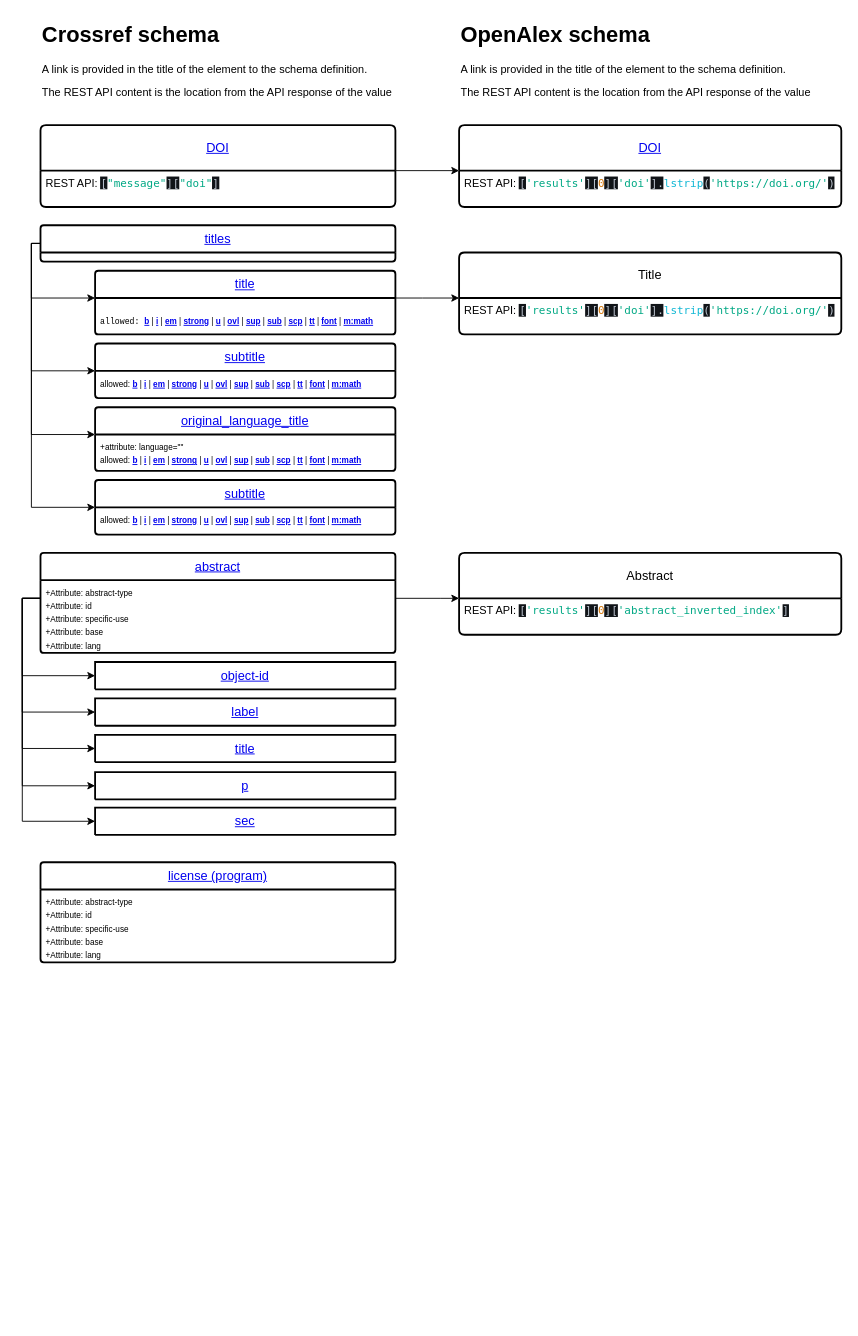
This is diagrams/Part_2_crosswalk.drawio from poppy-nicolette/Dissertation, a draw.io file, before an edit. Source tidied: cells renumbered, new cells numbered last; positions are measured from the earlier drawing's top-left corner, leaving out a move shared by most shapes. Both pictures are drawn from the tidied source at 91%, with x=0, y=0 at pixel (22, 15).
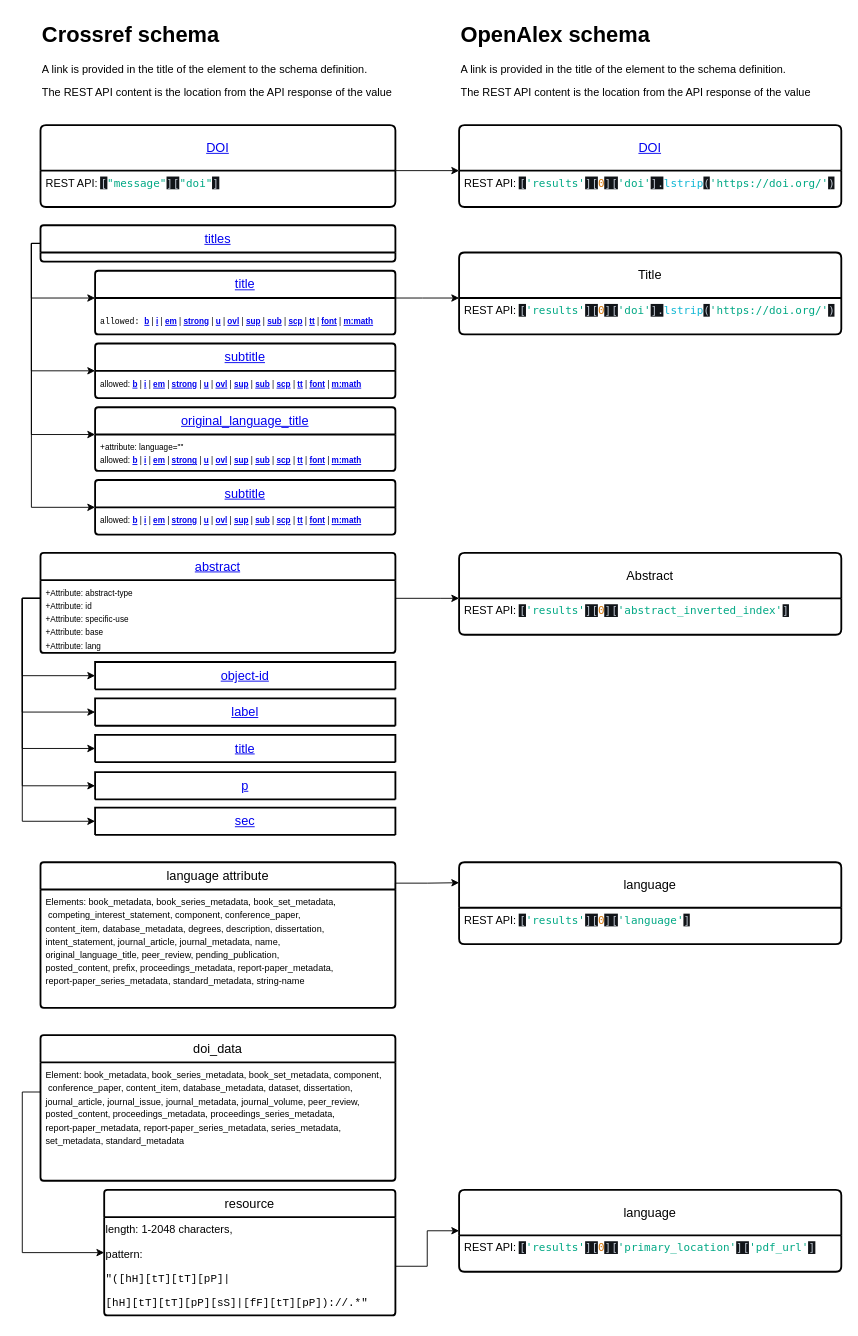
Above is the later version.

What changed in the source:
```diff
@@
-    <mxCell id="45" value="&lt;a href=&quot;https://data.crossref.org/reports/help/schema_doc/5.4.0/AccessIndicators_xsd.html#http___www.crossref.org_AccessIndicators.xsd_program&quot;&gt;license (program)&lt;/a&gt;" style="swimlane;horizontal=1;startSize=30;rounded=1;fontSize=14;fontStyle=0;strokeWidth=2;shadow=0;dashed=0;align=center;arcSize=4;whiteSpace=wrap;html=1;" parent="1" vertex="1">
-      <mxGeometry x="20" y="930" width="390" height="110" as="geometry" />
+    <mxCell id="45" value="language attribute" style="swimlane;horizontal=1;startSize=30;rounded=1;fontSize=14;fontStyle=0;strokeWidth=2;shadow=0;dashed=0;align=center;arcSize=4;whiteSpace=wrap;html=1;" parent="1" vertex="1">
+      <mxGeometry x="20" y="930" width="390" height="160" as="geometry" />
     </mxCell>
-    <mxCell id="46" value="&lt;font style=&quot;font-size: 9px;&quot;&gt;+Attribute: abstract-type&lt;br&gt;+Attribute: id&lt;br&gt;+Attribute: specific-use&lt;/font&gt;&lt;div&gt;&lt;font style=&quot;font-size: 9px;&quot;&gt;+Attribute: base&lt;/font&gt;&lt;/div&gt;&lt;div&gt;&lt;font style=&quot;font-size: 9px;&quot;&gt;+Attribute: lang&lt;/font&gt;&lt;/div&gt;" style="align=left;strokeColor=none;fillColor=none;spacingLeft=4;fontSize=12;verticalAlign=top;html=1;" parent="45" vertex="1">
-      <mxGeometry y="30" width="390" height="80" as="geometry" />
+    <mxCell id="46" value="&lt;div&gt;&lt;font size=&quot;1&quot;&gt;Elements:&amp;nbsp;&lt;/font&gt;&lt;span style=&quot;background-color: initial;&quot;&gt;&lt;font size=&quot;1&quot;&gt;book_metadata, book_series_metadata, book_set_metadata,&lt;/font&gt;&lt;/span&gt;&lt;/div&gt;&lt;div&gt;&lt;span style=&quot;background-color: initial;&quot;&gt;&lt;font size=&quot;1&quot;&gt;&amp;nbsp;competing_interest_statement, component, conference_paper,&amp;nbsp;&lt;/font&gt;&lt;/span&gt;&lt;/div&gt;&lt;div&gt;&lt;span style=&quot;background-color: initial;&quot;&gt;&lt;font size=&quot;1&quot;&gt;content_item, database_metadata, degrees, description, dissertation,&amp;nbsp;&lt;/font&gt;&lt;/span&gt;&lt;/div&gt;&lt;div&gt;&lt;span style=&quot;background-color: initial;&quot;&gt;&lt;font size=&quot;1&quot;&gt;intent_statement, journal_article, journal_metadata, name,&amp;nbsp;&lt;/font&gt;&lt;/span&gt;&lt;/div&gt;&lt;div&gt;&lt;span style=&quot;background-color: initial;&quot;&gt;&lt;font size=&quot;1&quot;&gt;original_language_title, peer_review, pending_publication,&amp;nbsp;&lt;/font&gt;&lt;/span&gt;&lt;/div&gt;&lt;div&gt;&lt;span style=&quot;background-color: initial;&quot;&gt;&lt;font size=&quot;1&quot;&gt;posted_content, prefix, proceedings_metadata, report-paper_metadata,&amp;nbsp;&lt;/font&gt;&lt;/span&gt;&lt;/div&gt;&lt;div&gt;&lt;span style=&quot;background-color: initial;&quot;&gt;&lt;font size=&quot;1&quot;&gt;report-paper_series_metadata, standard_metadata, string-name&lt;/font&gt;&lt;/span&gt;&lt;/div&gt;" style="align=left;strokeColor=none;fillColor=none;spacingLeft=4;fontSize=12;verticalAlign=top;html=1;" parent="45" vertex="1">
+      <mxGeometry y="30" width="390" height="130" as="geometry" />
     </mxCell>
+    <mxCell id="47" value="language" style="swimlane;horizontal=1;startSize=50;rounded=1;fontSize=14;fontStyle=0;strokeWidth=2;shadow=0;dashed=0;align=center;arcSize=4;whiteSpace=wrap;html=1;" parent="1" vertex="1">
+      <mxGeometry x="480" y="930" width="420" height="90" as="geometry" />
+    </mxCell>
+    <mxCell id="48" value="&lt;div&gt;REST API:&amp;nbsp;&lt;span style=&quot;background-color: rgb(17, 20, 24); color: rgb(190, 198, 208); font-family: Menlo, Monaco, &amp;quot;Courier New&amp;quot;, monospace; white-space-collapse: preserve;&quot;&gt;[&lt;/span&gt;&lt;span style=&quot;font-family: Menlo, Monaco, &amp;quot;Courier New&amp;quot;, monospace; white-space-collapse: preserve; color: rgb(0, 168, 132);&quot;&gt;'results'&lt;/span&gt;&lt;span style=&quot;background-color: rgb(17, 20, 24); color: rgb(190, 198, 208); font-family: Menlo, Monaco, &amp;quot;Courier New&amp;quot;, monospace; white-space-collapse: preserve;&quot;&gt;][&lt;/span&gt;&lt;span style=&quot;font-family: Menlo, Monaco, &amp;quot;Courier New&amp;quot;, monospace; white-space-collapse: preserve; color: rgb(212, 119, 12);&quot;&gt;0&lt;/span&gt;&lt;span style=&quot;background-color: rgb(17, 20, 24); color: rgb(190, 198, 208); font-family: Menlo, Monaco, &amp;quot;Courier New&amp;quot;, monospace; white-space-collapse: preserve;&quot;&gt;][&lt;/span&gt;&lt;span style=&quot;font-family: Menlo, Monaco, &amp;quot;Courier New&amp;quot;, monospace; white-space-collapse: preserve; color: rgb(0, 168, 132);&quot;&gt;'language'&lt;/span&gt;&lt;span style=&quot;background-color: rgb(17, 20, 24); color: rgb(190, 198, 208); font-family: Menlo, Monaco, &amp;quot;Courier New&amp;quot;, monospace; white-space-collapse: preserve;&quot;&gt;]&lt;/span&gt;&lt;/div&gt;" style="align=left;strokeColor=none;fillColor=none;spacingLeft=4;fontSize=12;verticalAlign=top;html=1;" parent="47" vertex="1">
+      <mxGeometry y="50" width="420" height="40" as="geometry" />
+    </mxCell>
+    <mxCell id="49" style="edgeStyle=orthogonalEdgeStyle;rounded=0;jettySize=auto;html=1;exitX=1;exitY=0;exitDx=0;exitDy=0;entryX=0;entryY=0.25;entryDx=0;entryDy=0;" parent="1" edge="1" source="46" target="47">
+      <mxGeometry relative="1" as="geometry">
+        <Array as="points">
+          <mxPoint x="410" y="953" />
+          <mxPoint x="445" y="953" />
+        </Array>
+      </mxGeometry>
+    </mxCell>
+    <mxCell id="50" value="doi_data" style="swimlane;horizontal=1;startSize=30;rounded=1;fontSize=14;fontStyle=0;strokeWidth=2;shadow=0;dashed=0;align=center;arcSize=4;whiteSpace=wrap;html=1;" parent="1" vertex="1">
+      <mxGeometry x="20" y="1120" width="390" height="160" as="geometry" />
+    </mxCell>
+    <mxCell id="51" value="&lt;font size=&quot;1&quot;&gt;Element:&amp;nbsp;book_metadata, book_series_metadata, book_set_metadata, component,&lt;/font&gt;&lt;div&gt;&lt;font size=&quot;1&quot;&gt;&amp;nbsp;conference_paper, content_item, database_metadata, dataset, dissertation,&amp;nbsp;&lt;/font&gt;&lt;/div&gt;&lt;div&gt;&lt;font size=&quot;1&quot;&gt;journal_article, journal_issue, journal_metadata, journal_volume, peer_review,&amp;nbsp;&lt;/font&gt;&lt;/div&gt;&lt;div&gt;&lt;font size=&quot;1&quot;&gt;posted_content, proceedings_metadata, proceedings_series_metadata,&amp;nbsp;&lt;/font&gt;&lt;/div&gt;&lt;div&gt;&lt;font size=&quot;1&quot;&gt;report-paper_metadata, report-paper_series_metadata, series_metadata,&amp;nbsp;&lt;/font&gt;&lt;/div&gt;&lt;div&gt;&lt;font size=&quot;1&quot;&gt;set_metadata, standard_metadata&lt;/font&gt;&lt;/div&gt;" style="align=left;strokeColor=none;fillColor=none;spacingLeft=4;fontSize=12;verticalAlign=top;html=1;" parent="50" vertex="1">
+      <mxGeometry y="30" width="390" height="130" as="geometry" />
+    </mxCell>
+    <mxCell id="52" value="&lt;pre&gt;&lt;span style=&quot;white-space:normal&quot; class=&quot;tT&quot;&gt;&lt;font face=&quot;Helvetica&quot;&gt;resource&lt;/font&gt;&lt;/span&gt;&lt;/pre&gt;" style="swimlane;horizontal=1;startSize=30;rounded=1;fontSize=14;fontStyle=0;strokeWidth=2;shadow=0;dashed=0;align=center;arcSize=4;whiteSpace=wrap;html=1;" parent="1" vertex="1">
+      <mxGeometry x="90" y="1290" width="320" height="138" as="geometry" />
+    </mxCell>
+    <mxCell id="53" value="&lt;pre&gt;&lt;span class=&quot;tT&quot; style=&quot;white-space:normal&quot;&gt;&lt;font face=&quot;Helvetica&quot;&gt;length: 1-2048 characters,&amp;nbsp;&lt;/font&gt;&lt;/span&gt;&lt;/pre&gt;&lt;pre&gt;&lt;span class=&quot;tT&quot; style=&quot;white-space:normal&quot;&gt;&lt;font face=&quot;Helvetica&quot;&gt;pattern:&amp;nbsp;&lt;/font&gt;&lt;/span&gt;&lt;/pre&gt;&lt;pre&gt;&quot;([hH][tT][tT][pP]|&lt;/pre&gt;&lt;pre&gt;[hH][tT][tT][pP][sS]|[fF][tT][pP])://.*&quot;&lt;/pre&gt;&lt;pre&gt;&lt;span class=&quot;tEl&quot;&gt;&lt;/span&gt;&lt;/pre&gt;" style="text;html=1;align=left;verticalAlign=middle;points=[];strokeColor=none;fillColor=none;" parent="52" vertex="1">
+      <mxGeometry y="30" width="320" height="108" as="geometry" />
+    </mxCell>
+    <mxCell id="54" style="edgeStyle=orthogonalEdgeStyle;rounded=0;jettySize=auto;html=1;exitX=0;exitY=0.25;exitDx=0;exitDy=0;entryX=0;entryY=0.5;entryDx=0;entryDy=0;" parent="1" edge="1" source="51" target="52">
+      <mxGeometry relative="1" as="geometry" />
+    </mxCell>
+    <mxCell id="55" value="language" style="swimlane;horizontal=1;startSize=50;rounded=1;fontSize=14;fontStyle=0;strokeWidth=2;shadow=0;dashed=0;align=center;arcSize=4;whiteSpace=wrap;html=1;" parent="1" vertex="1">
+      <mxGeometry x="480" y="1290" width="420" height="90" as="geometry" />
+    </mxCell>
+    <mxCell id="56" value="&lt;div&gt;REST API:&amp;nbsp;&lt;span style=&quot;background-color: rgb(17, 20, 24); color: rgb(190, 198, 208); font-family: Menlo, Monaco, &amp;quot;Courier New&amp;quot;, monospace; white-space-collapse: preserve;&quot;&gt;[&lt;/span&gt;&lt;span style=&quot;font-family: Menlo, Monaco, &amp;quot;Courier New&amp;quot;, monospace; white-space-collapse: preserve; color: rgb(0, 168, 132);&quot;&gt;'results'&lt;/span&gt;&lt;span style=&quot;background-color: rgb(17, 20, 24); color: rgb(190, 198, 208); font-family: Menlo, Monaco, &amp;quot;Courier New&amp;quot;, monospace; white-space-collapse: preserve;&quot;&gt;][&lt;/span&gt;&lt;span style=&quot;font-family: Menlo, Monaco, &amp;quot;Courier New&amp;quot;, monospace; white-space-collapse: preserve; color: rgb(212, 119, 12);&quot;&gt;0&lt;/span&gt;&lt;span style=&quot;background-color: rgb(17, 20, 24); color: rgb(190, 198, 208); font-family: Menlo, Monaco, &amp;quot;Courier New&amp;quot;, monospace; white-space-collapse: preserve;&quot;&gt;][&lt;/span&gt;&lt;span style=&quot;font-family: Menlo, Monaco, &amp;quot;Courier New&amp;quot;, monospace; white-space-collapse: preserve; color: rgb(0, 168, 132);&quot;&gt;'primary_location'&lt;/span&gt;&lt;span style=&quot;background-color: rgb(17, 20, 24); color: rgb(190, 198, 208); font-family: Menlo, Monaco, &amp;quot;Courier New&amp;quot;, monospace; white-space-collapse: preserve;&quot;&gt;][&lt;/span&gt;&lt;span style=&quot;font-family: Menlo, Monaco, &amp;quot;Courier New&amp;quot;, monospace; white-space-collapse: preserve; color: rgb(0, 168, 132);&quot;&gt;'pdf_url'&lt;/span&gt;&lt;span style=&quot;background-color: rgb(17, 20, 24); color: rgb(190, 198, 208); font-family: Menlo, Monaco, &amp;quot;Courier New&amp;quot;, monospace; white-space-collapse: preserve;&quot;&gt;]&lt;/span&gt;&lt;/div&gt;" style="align=left;strokeColor=none;fillColor=none;spacingLeft=4;fontSize=12;verticalAlign=top;html=1;" parent="55" vertex="1">
+      <mxGeometry y="50" width="420" height="40" as="geometry" />
+    </mxCell>
+    <mxCell id="57" style="edgeStyle=orthogonalEdgeStyle;rounded=0;jettySize=auto;html=1;entryX=0;entryY=0.5;entryDx=0;entryDy=0;" parent="1" edge="1" source="53" target="55">
+      <mxGeometry relative="1" as="geometry" />
+    </mxCell>
```
